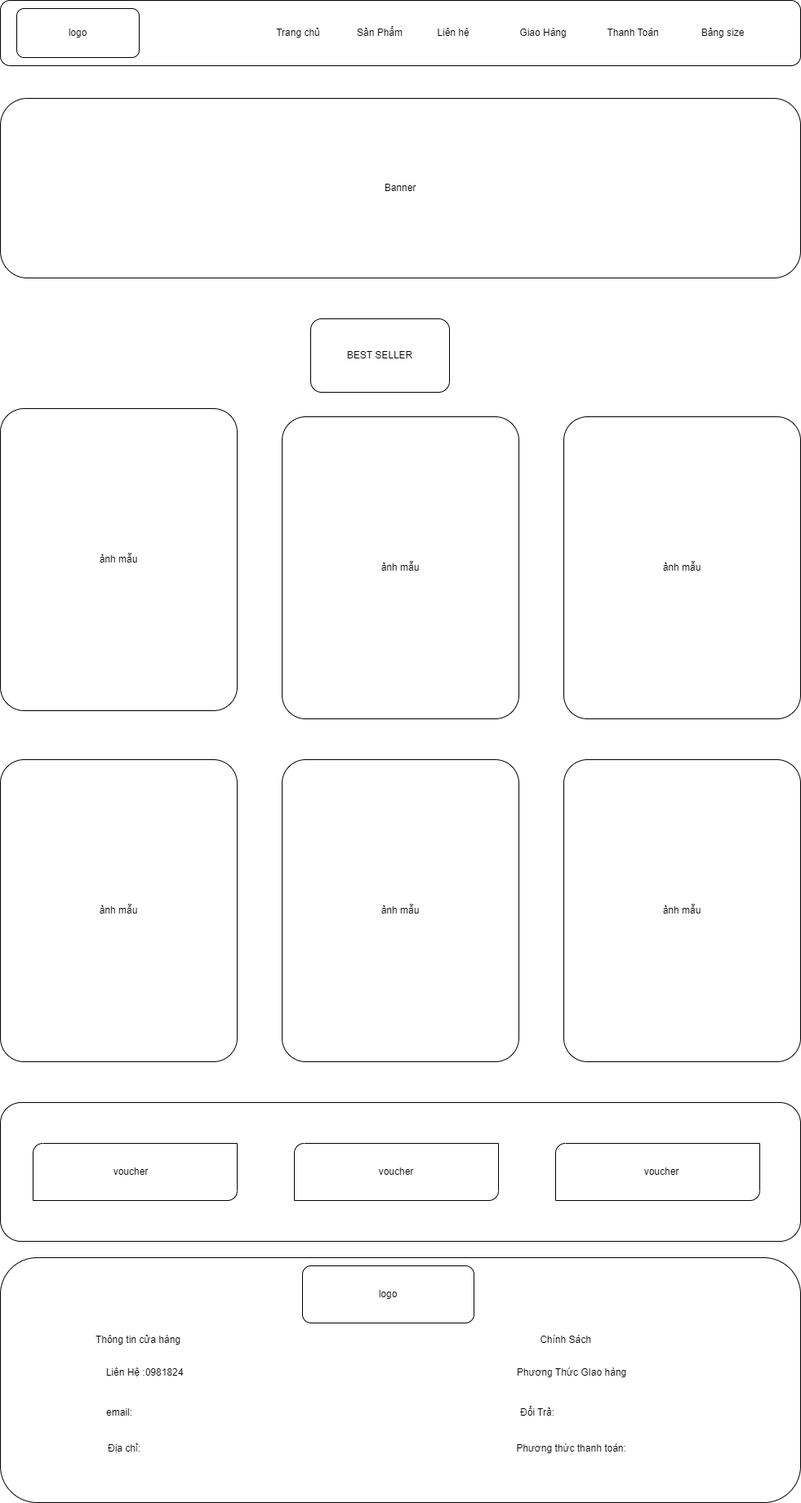
Earlier version of the draw.io export images/web trang chủ.png (Sao123451/saond2). Source tidied: cells renumbered, new cells last; positions are measured from the earlier drawing's top-left corner, leaving out a move shared by most shapes.
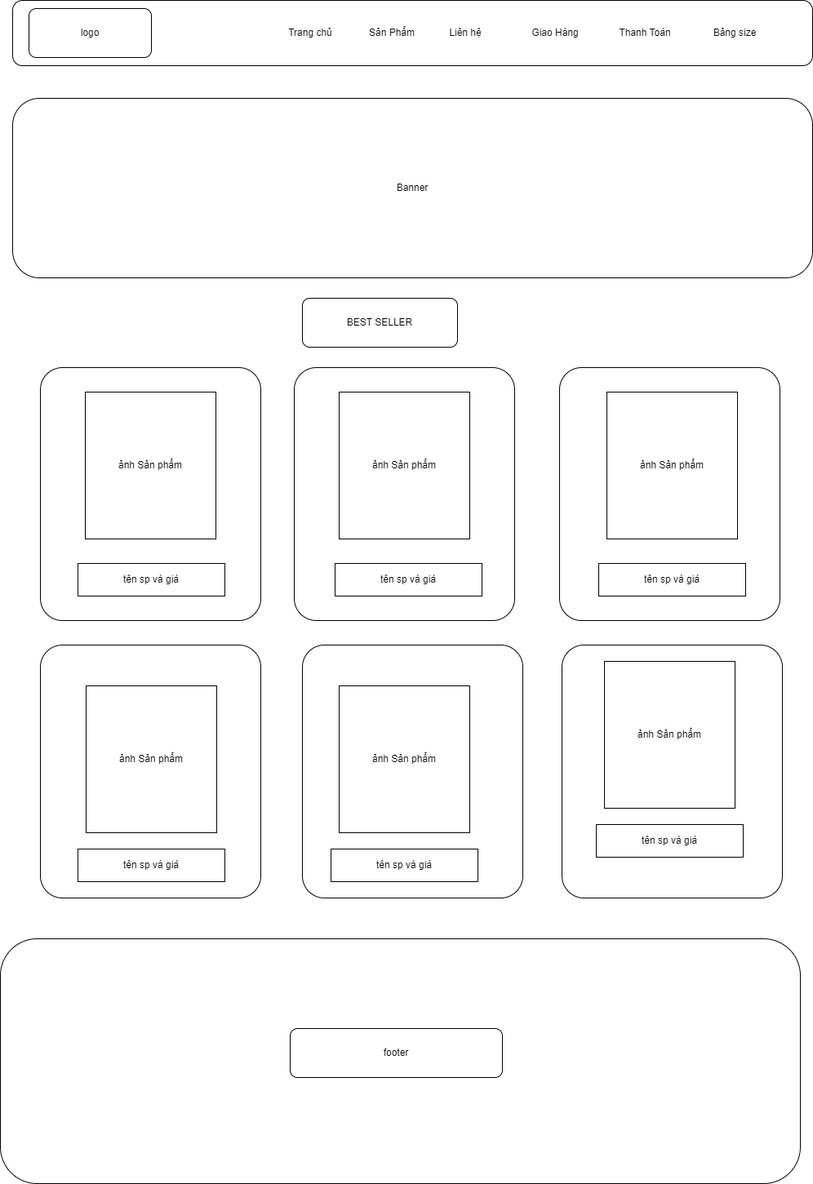
The same diagram one commit later.

What changed in the source:
```diff
@@ -2,54 +2,18 @@
   <root>
     <mxCell id="0" />
     <mxCell id="1" parent="0" />
-    <mxCell id="2" style="rounded=1;whiteSpace=wrap;html=1;" parent="1" vertex="1">
-      <mxGeometry width="980" height="80" as="geometry" />
-    </mxCell>
-    <mxCell id="3" value="logo" style="rounded=1;whiteSpace=wrap;html=1;" parent="1" vertex="1">
-      <mxGeometry x="20" y="10" width="150" height="60" as="geometry" />
-    </mxCell>
+    <mxCell id="35" style="rounded=1;whiteSpace=wrap;html=1;" parent="1" vertex="1">
+      <mxGeometry width="980" height="80" as="geometry" />
+    </mxCell>
+    <mxCell id="36" value="logo" style="rounded=1;whiteSpace=wrap;html=1;" parent="1" vertex="1">
+      <mxGeometry x="20" y="10" width="150" height="60" as="geometry" />
+    </mxCell>
     <mxCell id="4" value="Banner" style="rounded=1;whiteSpace=wrap;html=1;" parent="1" vertex="1">
       <mxGeometry y="120" width="980" height="220" as="geometry" />
     </mxCell>
-    <mxCell id="5" value="ảnh mẫu" style="rounded=1;whiteSpace=wrap;html=1;arcSize=10;" parent="1" vertex="1">
-      <mxGeometry y="500" width="290" height="370" as="geometry" />
-    </mxCell>
-    <mxCell id="6" style="rounded=1;whiteSpace=wrap;html=1;" parent="1" vertex="1">
-      <mxGeometry y="1350" width="980" height="170" as="geometry" />
-    </mxCell>
-    <mxCell id="7" style="rounded=1;whiteSpace=wrap;html=1;" parent="1" vertex="1">
-      <mxGeometry y="1540" width="980" height="300" as="geometry" />
-    </mxCell>
-    <mxCell id="8" value="Thông tin cửa hàng" style="text;html=1;strokeColor=none;fillColor=none;align=center;verticalAlign=middle;whiteSpace=wrap;rounded=0;" parent="1" vertex="1">
-      <mxGeometry x="54" y="1621" width="230" height="40" as="geometry" />
-    </mxCell>
-    <mxCell id="9" value="Liên Hệ :0981824" style="text;html=1;strokeColor=none;fillColor=none;align=center;verticalAlign=middle;whiteSpace=wrap;rounded=0;" parent="1" vertex="1">
-      <mxGeometry x="62" y="1661" width="230" height="40" as="geometry" />
-    </mxCell>
-    <mxCell id="10" value="email:" style="text;html=1;strokeColor=none;fillColor=none;align=center;verticalAlign=middle;whiteSpace=wrap;rounded=0;" parent="1" vertex="1">
-      <mxGeometry x="41" y="1710" width="210" height="40" as="geometry" />
-    </mxCell>
-    <mxCell id="11" value="Địa chỉ:" style="text;html=1;strokeColor=none;fillColor=none;align=center;verticalAlign=middle;whiteSpace=wrap;rounded=0;" parent="1" vertex="1">
-      <mxGeometry x="52" y="1754" width="200" height="40" as="geometry" />
-    </mxCell>
-    <mxCell id="12" value="Chính Sách" style="text;html=1;strokeColor=none;fillColor=none;align=center;verticalAlign=middle;whiteSpace=wrap;rounded=0;" parent="1" vertex="1">
-      <mxGeometry x="600" y="1626" width="185" height="30" as="geometry" />
-    </mxCell>
-    <mxCell id="13" value="Đổi Trả:" style="text;html=1;strokeColor=none;fillColor=none;align=center;verticalAlign=middle;whiteSpace=wrap;rounded=0;" parent="1" vertex="1">
-      <mxGeometry x="588" y="1715" width="140" height="30" as="geometry" />
-    </mxCell>
-    <mxCell id="14" value="Phương Thức GIao hàng" style="text;html=1;strokeColor=none;fillColor=none;align=center;verticalAlign=middle;whiteSpace=wrap;rounded=0;" parent="1" vertex="1">
-      <mxGeometry x="620" y="1666" width="160" height="30" as="geometry" />
-    </mxCell>
-    <mxCell id="15" value="Phương thức thanh toán:" style="text;html=1;strokeColor=none;fillColor=none;align=center;verticalAlign=middle;whiteSpace=wrap;rounded=0;" parent="1" vertex="1">
-      <mxGeometry x="626.5" y="1759" width="145" height="30" as="geometry" />
-    </mxCell>
-    <mxCell id="16" value="logo" style="rounded=1;whiteSpace=wrap;html=1;" parent="1" vertex="1">
-      <mxGeometry x="370" y="1550" width="210" height="70" as="geometry" />
-    </mxCell>
-    <mxCell id="17" value="BEST SELLER" style="rounded=1;whiteSpace=wrap;html=1;" parent="1" vertex="1">
-      <mxGeometry x="380" y="390" width="170" height="90" as="geometry" />
-    </mxCell>
+    <mxCell id="37" style="rounded=1;whiteSpace=wrap;html=1;" parent="1" vertex="1">
+      <mxGeometry x="-15" y="1150" width="980" height="300" as="geometry" />
+    </mxCell>
     <mxCell id="18" value="Trang chủ" style="text;html=1;strokeColor=none;fillColor=none;align=center;verticalAlign=middle;whiteSpace=wrap;rounded=0;" parent="1" vertex="1">
       <mxGeometry x="320" y="25" width="90" height="30" as="geometry" />
     </mxCell>
@@ -68,38 +32,65 @@
     <mxCell id="23" value="Bảng size" style="text;html=1;strokeColor=none;fillColor=none;align=center;verticalAlign=middle;whiteSpace=wrap;rounded=0;" parent="1" vertex="1">
       <mxGeometry x="840" y="25" width="90" height="30" as="geometry" />
     </mxCell>
-    <mxCell id="24" value="ảnh mẫu" style="rounded=1;whiteSpace=wrap;html=1;arcSize=10;" parent="1" vertex="1">
-      <mxGeometry x="345" y="510" width="290" height="370" as="geometry" />
-    </mxCell>
-    <mxCell id="25" value="ảnh mẫu" style="rounded=1;whiteSpace=wrap;html=1;arcSize=10;" parent="1" vertex="1">
-      <mxGeometry x="690" y="510" width="290" height="370" as="geometry" />
-    </mxCell>
-    <mxCell id="26" value="ảnh mẫu" style="rounded=1;whiteSpace=wrap;html=1;arcSize=10;" parent="1" vertex="1">
-      <mxGeometry x="690" y="930" width="290" height="370" as="geometry" />
-    </mxCell>
-    <mxCell id="27" value="ảnh mẫu" style="rounded=1;whiteSpace=wrap;html=1;arcSize=10;" parent="1" vertex="1">
-      <mxGeometry y="930" width="290" height="370" as="geometry" />
-    </mxCell>
-    <mxCell id="28" value="ảnh mẫu" style="rounded=1;whiteSpace=wrap;html=1;arcSize=10;" parent="1" vertex="1">
-      <mxGeometry x="345" y="930" width="290" height="370" as="geometry" />
-    </mxCell>
-    <mxCell id="29" style="verticalLabelPosition=bottom;verticalAlign=top;html=1;shape=mxgraph.basic.diag_round_rect;dx=6;whiteSpace=wrap;" parent="1" vertex="1">
-      <mxGeometry x="360" y="1400" width="250" height="70" as="geometry" />
-    </mxCell>
-    <mxCell id="30" style="verticalLabelPosition=bottom;verticalAlign=top;html=1;shape=mxgraph.basic.diag_round_rect;dx=6;whiteSpace=wrap;" parent="1" vertex="1">
-      <mxGeometry x="680" y="1400" width="250" height="70" as="geometry" />
-    </mxCell>
-    <mxCell id="31" style="verticalLabelPosition=bottom;verticalAlign=top;html=1;shape=mxgraph.basic.diag_round_rect;dx=6;whiteSpace=wrap;" parent="1" vertex="1">
-      <mxGeometry x="40" y="1400" width="250" height="70" as="geometry" />
-    </mxCell>
-    <mxCell id="32" value="voucher" style="text;html=1;strokeColor=none;fillColor=none;align=center;verticalAlign=middle;whiteSpace=wrap;rounded=0;" parent="1" vertex="1">
-      <mxGeometry x="60" y="1420" width="200" height="30" as="geometry" />
-    </mxCell>
-    <mxCell id="33" value="voucher" style="text;html=1;strokeColor=none;fillColor=none;align=center;verticalAlign=middle;whiteSpace=wrap;rounded=0;" parent="1" vertex="1">
-      <mxGeometry x="710" y="1420" width="200" height="30" as="geometry" />
-    </mxCell>
-    <mxCell id="34" value="voucher" style="text;html=1;strokeColor=none;fillColor=none;align=center;verticalAlign=middle;whiteSpace=wrap;rounded=0;" parent="1" vertex="1">
-      <mxGeometry x="385" y="1420" width="200" height="30" as="geometry" />
-    </mxCell>
+    <mxCell id="38" style="rounded=1;whiteSpace=wrap;html=1;arcSize=10;" parent="1" vertex="1">
+      <mxGeometry x="345" y="450" width="270" height="310" as="geometry" />
+    </mxCell>
+    <mxCell id="39" style="rounded=1;whiteSpace=wrap;html=1;arcSize=10;" parent="1" vertex="1">
+      <mxGeometry x="34" y="450" width="270" height="310" as="geometry" />
+    </mxCell>
+    <mxCell id="40" style="rounded=1;whiteSpace=wrap;html=1;arcSize=10;" parent="1" vertex="1">
+      <mxGeometry x="670" y="450" width="270" height="310" as="geometry" />
+    </mxCell>
+    <mxCell id="41" style="rounded=1;whiteSpace=wrap;html=1;arcSize=10;" parent="1" vertex="1">
+      <mxGeometry x="34" y="790" width="270" height="310" as="geometry" />
+    </mxCell>
+    <mxCell id="42" style="rounded=1;whiteSpace=wrap;html=1;arcSize=10;" parent="1" vertex="1">
+      <mxGeometry x="355" y="790" width="270" height="310" as="geometry" />
+    </mxCell>
+    <mxCell id="43" style="rounded=1;whiteSpace=wrap;html=1;arcSize=10;" parent="1" vertex="1">
+      <mxGeometry x="673" y="790" width="270" height="310" as="geometry" />
+    </mxCell>
+    <mxCell id="44" value="ảnh Sản phẩm" style="rounded=0;whiteSpace=wrap;html=1;" parent="1" vertex="1">
+      <mxGeometry x="90" y="840" width="160" height="180" as="geometry" />
+    </mxCell>
+    <mxCell id="45" value="ảnh Sản phẩm" style="rounded=0;whiteSpace=wrap;html=1;" parent="1" vertex="1">
+      <mxGeometry x="400" y="840" width="160" height="180" as="geometry" />
+    </mxCell>
+    <mxCell id="46" value="ảnh Sản phẩm" style="rounded=0;whiteSpace=wrap;html=1;" parent="1" vertex="1">
+      <mxGeometry x="725" y="810" width="160" height="180" as="geometry" />
+    </mxCell>
+    <mxCell id="47" value="ảnh Sản phẩm" style="rounded=0;whiteSpace=wrap;html=1;" parent="1" vertex="1">
+      <mxGeometry x="728" y="480" width="160" height="180" as="geometry" />
+    </mxCell>
+    <mxCell id="48" value="ảnh Sản phẩm" style="rounded=0;whiteSpace=wrap;html=1;" parent="1" vertex="1">
+      <mxGeometry x="400" y="480" width="160" height="180" as="geometry" />
+    </mxCell>
+    <mxCell id="49" value="ảnh Sản phẩm" style="rounded=0;whiteSpace=wrap;html=1;" parent="1" vertex="1">
+      <mxGeometry x="89" y="480" width="160" height="180" as="geometry" />
+    </mxCell>
+    <mxCell id="50" value="tên sp và giá" style="rounded=0;whiteSpace=wrap;html=1;" parent="1" vertex="1">
+      <mxGeometry x="80" y="1040" width="180" height="40" as="geometry" />
+    </mxCell>
+    <mxCell id="51" value="tên sp và giá" style="rounded=0;whiteSpace=wrap;html=1;" parent="1" vertex="1">
+      <mxGeometry x="390" y="1040" width="180" height="40" as="geometry" />
+    </mxCell>
+    <mxCell id="52" value="tên sp và giá" style="rounded=0;whiteSpace=wrap;html=1;" parent="1" vertex="1">
+      <mxGeometry x="715" y="1010" width="180" height="40" as="geometry" />
+    </mxCell>
+    <mxCell id="53" value="tên sp và giá" style="rounded=0;whiteSpace=wrap;html=1;" parent="1" vertex="1">
+      <mxGeometry x="718" y="690" width="180" height="40" as="geometry" />
+    </mxCell>
+    <mxCell id="54" value="tên sp và giá" style="rounded=0;whiteSpace=wrap;html=1;" parent="1" vertex="1">
+      <mxGeometry x="395" y="690" width="180" height="40" as="geometry" />
+    </mxCell>
+    <mxCell id="55" value="tên sp và giá" style="rounded=0;whiteSpace=wrap;html=1;" parent="1" vertex="1">
+      <mxGeometry x="80" y="690" width="180" height="40" as="geometry" />
+    </mxCell>
+    <mxCell id="56" value="footer" style="rounded=1;whiteSpace=wrap;html=1;" parent="1" vertex="1">
+      <mxGeometry x="340" y="1260" width="260" height="60" as="geometry" />
+    </mxCell>
+    <mxCell id="17" value="BEST SELLER" style="rounded=1;whiteSpace=wrap;html=1;" parent="1" vertex="1">
+      <mxGeometry x="355" y="365" width="190" height="60" as="geometry" />
+    </mxCell>
   </root>
 </mxGraphModel>
```
